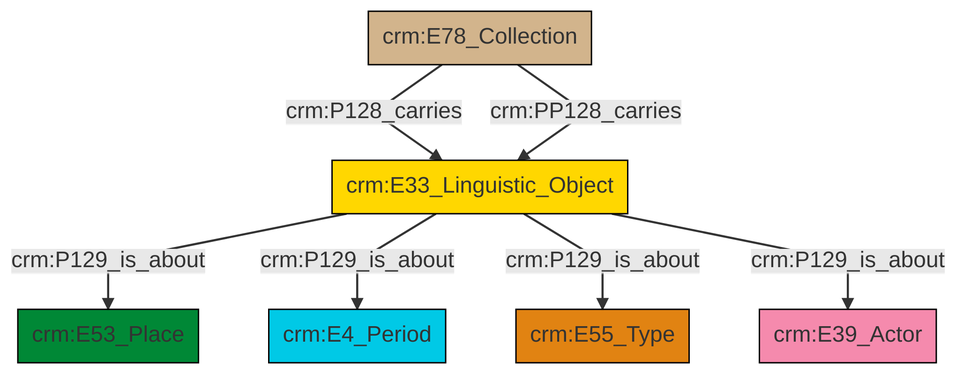
The Mermaid diagram et/archivalCSV/ttl/mmd/png/archival_aboutness.png in swiss-art-research-net/docs.swissartresearch, before a commit. Its source is kept beside it as et/archivalCSV/ttl/mmd/archival_aboutness.ttl.mmd.
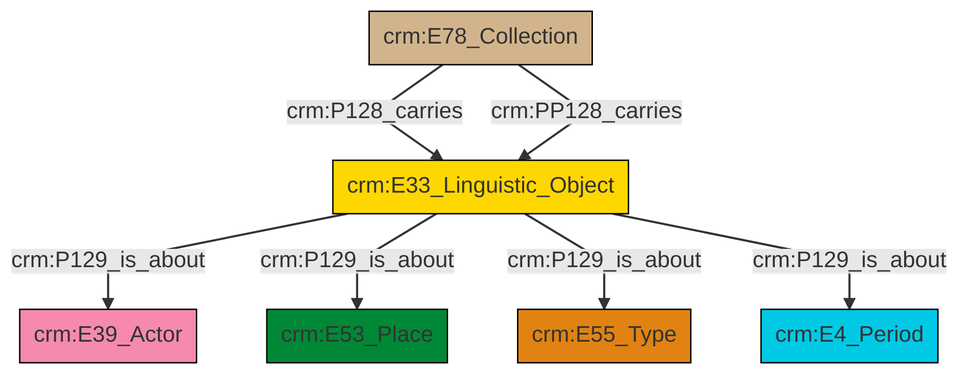
After the change.

Change to the diagram source:
```diff
@@ -13,9 +13,9 @@
 classDef PC_Classes fill:#4ce600, stroke:#000000;
 classDef Multi fill:#cccccc,stroke:#000000;
 
-4["crm:E33_Linguistic_Object"]:::Conceptual_Object -->|crm:P129_is_about| 0["crm:E53_Place"]:::Place
-4["crm:E33_Linguistic_Object"]:::Conceptual_Object -->|crm:P129_is_about| 5["crm:E4_Period"]:::Temporal_Entity
-6["crm:E78_Collection"]:::Physical_Thing -->|crm:P128_carries| 4["crm:E33_Linguistic_Object"]:::Conceptual_Object
-4["crm:E33_Linguistic_Object"]:::Conceptual_Object -->|crm:P129_is_about| 9["crm:E55_Type"]:::Type
-4["crm:E33_Linguistic_Object"]:::Conceptual_Object -->|crm:P129_is_about| 2["crm:E39_Actor"]:::Actor
-6["crm:E78_Collection"]:::Physical_Thing -->|crm:PP128_carries| 4["crm:E33_Linguistic_Object"]:::Conceptual_Object
+2["crm:E33_Linguistic_Object"]:::Conceptual_Object -->|crm:P129_is_about| 0["crm:E39_Actor"]:::Actor
+2["crm:E33_Linguistic_Object"]:::Conceptual_Object -->|crm:P129_is_about| 7["crm:E53_Place"]:::Place
+2["crm:E33_Linguistic_Object"]:::Conceptual_Object -->|crm:P129_is_about| 5["crm:E55_Type"]:::Type
+3["crm:E78_Collection"]:::Physical_Thing -->|crm:P128_carries| 2["crm:E33_Linguistic_Object"]:::Conceptual_Object
+2["crm:E33_Linguistic_Object"]:::Conceptual_Object -->|crm:P129_is_about| 8["crm:E4_Period"]:::Temporal_Entity
+3["crm:E78_Collection"]:::Physical_Thing -->|crm:PP128_carries| 2["crm:E33_Linguistic_Object"]:::Conceptual_Object
```
